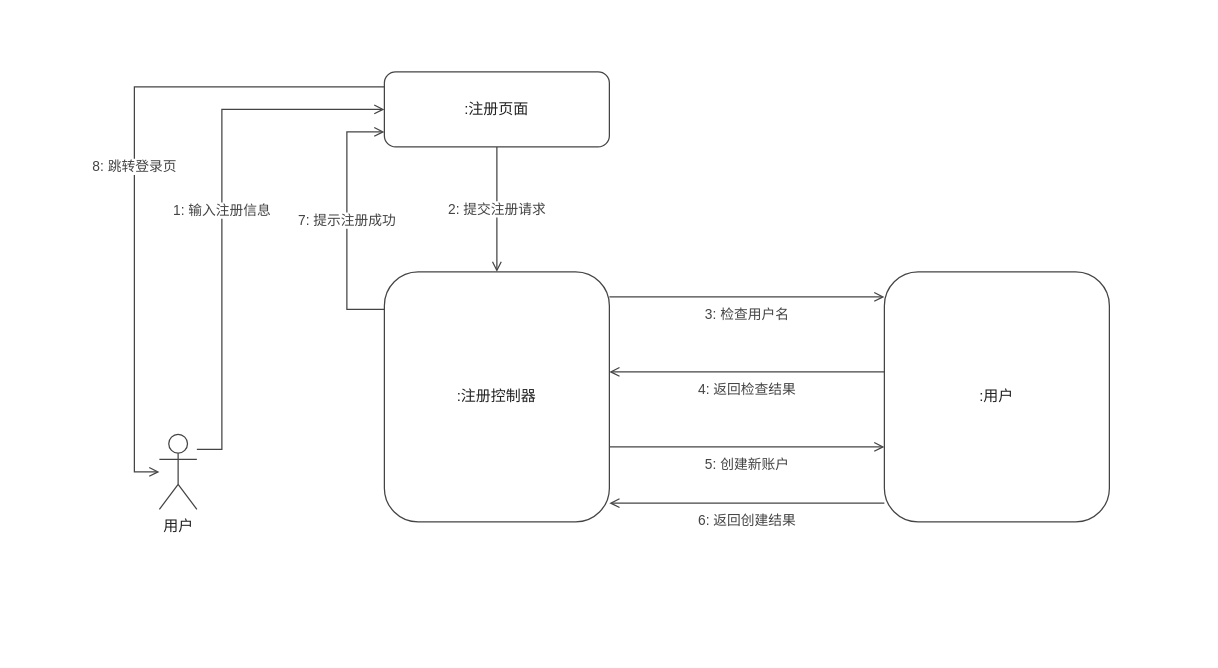
Before: docs/交付/1-账户管理-钟标/images/用户注册_协作图.drawio in chennuo1101/electronic-photo-album-system1, a draw.io diagram. Source tidied: cells renumbered, new cells numbered last; positions are measured from the earlier drawing's top-left corner, leaving out a move shared by most shapes. Both pictures are drawn from the tidied source at 125%, with x=0, y=0 at pixel (21, 21).
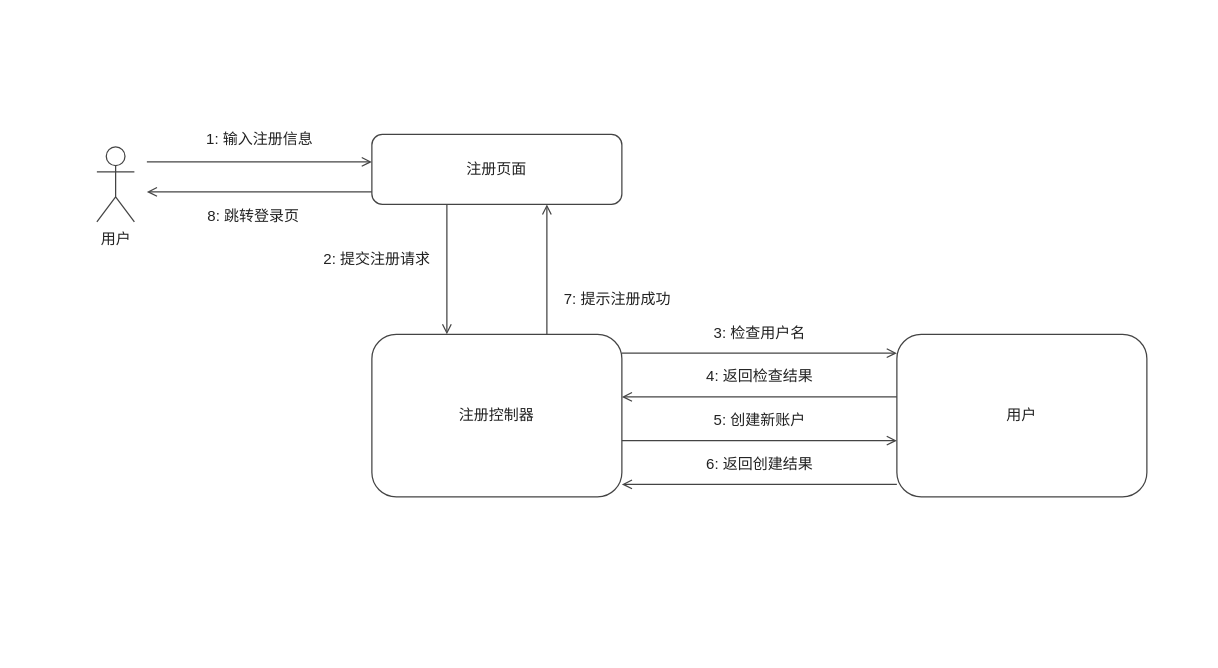
Above is the later version.

What changed in the source:
```diff
@@
     <mxCell id="2" style="rounded=0;whiteSpace=wrap;html=1;fillColor=#FFFFFF;strokeColor=none;" parent="1" vertex="1">
-      <mxGeometry width="940" height="500" as="geometry" />
+      <mxGeometry x="48" y="72" width="864" height="320" as="geometry" />
     </mxCell>
     <mxCell id="3" value="用户" style="shape=umlActor;verticalLabelPosition=bottom;verticalAlign=top;html=1;fillColor=#FFFFFF;strokeColor=#444444;fontFamily=Microsoft YaHei;fontSize=12;fontColor=#222222;" parent="1" vertex="1">
-      <mxGeometry x="110" y="330" width="30" height="60" as="geometry" />
+      <mxGeometry x="60" y="100" width="30" height="60" as="geometry" />
     </mxCell>
-    <mxCell id="4" value=":注册页面" style="rounded=1;whiteSpace=wrap;html=1;fillColor=#FFFFFF;strokeColor=#444444;fontFamily=Microsoft YaHei;fontSize=12;fontColor=#222222;" parent="1" vertex="1">
-      <mxGeometry x="290" y="40" width="180" height="60" as="geometry" />
+    <mxCell id="4" value="注册页面" style="rounded=1;whiteSpace=wrap;html=1;fillColor=#FFFFFF;strokeColor=#444444;fontFamily=Microsoft YaHei;fontSize=12;fontColor=#222222;" parent="1" vertex="1">
+      <mxGeometry x="280" y="90" width="200" height="56" as="geometry" />
     </mxCell>
-    <mxCell id="5" value=":注册控制器" style="rounded=1;whiteSpace=wrap;html=1;fillColor=#FFFFFF;strokeColor=#444444;fontFamily=Microsoft YaHei;fontSize=12;fontColor=#222222;" parent="1" vertex="1">
-      <mxGeometry x="290" y="200" width="180" height="200" as="geometry" />
+    <mxCell id="5" value="注册控制器" style="rounded=1;whiteSpace=wrap;html=1;fillColor=#FFFFFF;strokeColor=#444444;fontFamily=Microsoft YaHei;fontSize=12;fontColor=#222222;" parent="1" vertex="1">
+      <mxGeometry x="280" y="250" width="200" height="130" as="geometry" />
     </mxCell>
-    <mxCell id="6" value=":用户" style="rounded=1;whiteSpace=wrap;html=1;fillColor=#FFFFFF;strokeColor=#444444;fontFamily=Microsoft YaHei;fontSize=12;fontColor=#222222;" parent="1" vertex="1">
-      <mxGeometry x="690" y="200" width="180" height="200" as="geometry" />
+    <mxCell id="6" value="用户" style="rounded=1;whiteSpace=wrap;html=1;fillColor=#FFFFFF;strokeColor=#444444;fontFamily=Microsoft YaHei;fontSize=12;fontColor=#222222;" parent="1" vertex="1">
+      <mxGeometry x="700" y="250" width="200" height="130" as="geometry" />
     </mxCell>
-    <mxCell id="7" value="1: 输入注册信息" style="edgeStyle=orthogonalEdgeStyle;rounded=0;html=1;strokeColor=#444444;strokeWidth=1;fontFamily=Microsoft YaHei;fontSize=11;fontColor=#444444;labelBackgroundColor=#FFFFFF;startArrow=none;endArrow=open;exitX=1;exitY=0.2;entryX=0;entryY=0.5;" parent="1" edge="1" source="3" target="4">
+    <mxCell id="7" style="html=1;rounded=0;strokeColor=#444444;strokeWidth=1;startArrow=none;endArrow=open;endFill=0;" parent="1" edge="1">
       <mxGeometry relative="1" as="geometry">
-        <Array as="points">
-          <mxPoint x="160" y="342" />
-          <mxPoint x="160" y="70" />
-        </Array>
+        <mxPoint x="100" y="112" as="sourcePoint" />
+        <mxPoint x="280" y="112" as="targetPoint" />
       </mxGeometry>
     </mxCell>
+    <mxCell id="15" value="1: 输入注册信息" style="text;html=1;align=center;verticalAlign=middle;fillColor=none;strokeColor=none;fontFamily=Microsoft YaHei;fontSize=12;fontColor=#222222;" parent="1" vertex="1">
+      <mxGeometry x="100" y="84" width="180" height="20" as="geometry" />
+    </mxCell>
-    <mxCell id="8" value="8: 跳转登录页" style="edgeStyle=orthogonalEdgeStyle;rounded=0;html=1;strokeColor=#444444;strokeWidth=1;fontFamily=Microsoft YaHei;fontSize=11;fontColor=#444444;labelBackgroundColor=#FFFFFF;startArrow=none;endArrow=open;exitX=0;exitY=0.2;entryX=0;entryY=0.5;" parent="1" edge="1" source="4" target="3">
+    <mxCell id="8" style="html=1;rounded=0;strokeColor=#444444;strokeWidth=1;startArrow=none;endArrow=open;endFill=0;" parent="1" edge="1">
       <mxGeometry relative="1" as="geometry">
-        <Array as="points">
-          <mxPoint x="90" y="52" />
-          <mxPoint x="90" y="360" />
-        </Array>
+        <mxPoint x="280" y="136" as="sourcePoint" />
+        <mxPoint x="100" y="136" as="targetPoint" />
       </mxGeometry>
     </mxCell>
+    <mxCell id="16" value="8: 跳转登录页" style="text;html=1;align=center;verticalAlign=middle;fillColor=none;strokeColor=none;fontFamily=Microsoft YaHei;fontSize=12;fontColor=#222222;" parent="1" vertex="1">
+      <mxGeometry x="100" y="146" width="170" height="20" as="geometry" />
+    </mxCell>
-    <mxCell id="9" value="2: 提交注册请求" style="edgeStyle=orthogonalEdgeStyle;rounded=0;html=1;strokeColor=#444444;strokeWidth=1;fontFamily=Microsoft YaHei;fontSize=11;fontColor=#444444;labelBackgroundColor=#FFFFFF;startArrow=none;endArrow=open;exitX=0.5;exitY=1;entryX=0.5;entryY=0;" parent="1" edge="1" source="4" target="5">
-      <mxGeometry relative="1" as="geometry" />
+    <mxCell id="9" style="html=1;rounded=0;strokeColor=#444444;strokeWidth=1;startArrow=none;endArrow=open;endFill=0;" parent="1" edge="1">
+      <mxGeometry relative="1" as="geometry">
+        <mxPoint x="340" y="146" as="sourcePoint" />
+        <mxPoint x="340" y="250" as="targetPoint" />
+      </mxGeometry>
     </mxCell>
+    <mxCell id="17" value="2: 提交注册请求" style="text;html=1;align=right;verticalAlign=middle;fillColor=none;strokeColor=none;fontFamily=Microsoft YaHei;fontSize=12;fontColor=#222222;" parent="1" vertex="1">
+      <mxGeometry x="188" y="180" width="140" height="20" as="geometry" />
+    </mxCell>
-    <mxCell id="10" value="7: 提示注册成功" style="edgeStyle=orthogonalEdgeStyle;rounded=0;html=1;strokeColor=#444444;strokeWidth=1;fontFamily=Microsoft YaHei;fontSize=11;fontColor=#444444;labelBackgroundColor=#FFFFFF;startArrow=none;endArrow=open;exitX=0;exitY=0.15;entryX=0;entryY=0.8;" parent="1" edge="1" source="5" target="4">
+    <mxCell id="10" style="html=1;rounded=0;strokeColor=#444444;strokeWidth=1;startArrow=none;endArrow=open;endFill=0;" parent="1" edge="1">
       <mxGeometry relative="1" as="geometry">
-        <Array as="points">
-          <mxPoint x="260" y="230" />
-          <mxPoint x="260" y="88" />
-        </Array>
+        <mxPoint x="420" y="250" as="sourcePoint" />
+        <mxPoint x="420" y="146" as="targetPoint" />
       </mxGeometry>
     </mxCell>
+    <mxCell id="18" value="7: 提示注册成功" style="text;html=1;align=left;verticalAlign=middle;fillColor=none;strokeColor=none;fontFamily=Microsoft YaHei;fontSize=12;fontColor=#222222;" parent="1" vertex="1">
+      <mxGeometry x="432" y="212" width="140" height="20" as="geometry" />
+    </mxCell>
-    <mxCell id="11" value="3: 检查用户名" style="edgeStyle=orthogonalEdgeStyle;rounded=0;html=1;strokeColor=#444444;strokeWidth=1;fontFamily=Microsoft YaHei;fontSize=11;fontColor=#444444;labelBackgroundColor=#FFFFFF;startArrow=none;endArrow=open;exitX=1;exitY=0.1;entryX=0;entryY=0.1;" parent="1" edge="1" source="5" target="6">
-      <mxGeometry y="-14" relative="1" as="geometry" />
+    <mxCell id="11" style="html=1;rounded=0;strokeColor=#444444;strokeWidth=1;startArrow=none;endArrow=open;endFill=0;" parent="1" edge="1">
+      <mxGeometry relative="1" as="geometry">
+        <mxPoint x="480" y="265" as="sourcePoint" />
+        <mxPoint x="700" y="265" as="targetPoint" />
+      </mxGeometry>
     </mxCell>
+    <mxCell id="19" value="3: 检查用户名" style="text;html=1;align=center;verticalAlign=middle;fillColor=none;strokeColor=none;fontFamily=Microsoft YaHei;fontSize=12;fontColor=#222222;" parent="1" vertex="1">
+      <mxGeometry x="540" y="239" width="100" height="20" as="geometry" />
+    </mxCell>
+    <mxCell id="13" style="html=1;rounded=0;strokeColor=#444444;strokeWidth=1;startArrow=none;endArrow=open;endFill=0;" parent="1" edge="1">
+      <mxGeometry relative="1" as="geometry">
+        <mxPoint x="480" y="335" as="sourcePoint" />
+        <mxPoint x="700" y="335" as="targetPoint" />
+      </mxGeometry>
+    </mxCell>
+    <mxCell id="20" value="5: 创建新账户" style="text;html=1;align=center;verticalAlign=middle;fillColor=none;strokeColor=none;fontFamily=Microsoft YaHei;fontSize=12;fontColor=#222222;" parent="1" vertex="1">
+      <mxGeometry x="540" y="309" width="100" height="20" as="geometry" />
+    </mxCell>
-    <mxCell id="12" value="4: 返回检查结果" style="edgeStyle=orthogonalEdgeStyle;rounded=0;html=1;strokeColor=#444444;strokeWidth=1;fontFamily=Microsoft YaHei;fontSize=11;fontColor=#444444;labelBackgroundColor=#FFFFFF;startArrow=none;endArrow=open;exitX=0;exitY=0.4;entryX=1;entryY=0.4;" parent="1" edge="1" source="6" target="5">
-      <mxGeometry y="14" relative="1" as="geometry" />
+    <mxCell id="12" style="html=1;rounded=0;strokeColor=#444444;strokeWidth=1;startArrow=none;endArrow=open;endFill=0;" parent="1" edge="1">
+      <mxGeometry relative="1" as="geometry">
+        <mxPoint x="700" y="300" as="sourcePoint" />
+        <mxPoint x="480" y="300" as="targetPoint" />
+      </mxGeometry>
     </mxCell>
-    <mxCell id="13" value="5: 创建新账户" style="edgeStyle=orthogonalEdgeStyle;rounded=0;html=1;strokeColor=#444444;strokeWidth=1;fontFamily=Microsoft YaHei;fontSize=11;fontColor=#444444;labelBackgroundColor=#FFFFFF;startArrow=none;endArrow=open;exitX=1;exitY=0.7;entryX=0;entryY=0.7;" parent="1" edge="1" source="5" target="6">
-      <mxGeometry y="-14" relative="1" as="geometry" />
-    </mxCell>
+    <mxCell id="21" value="4: 返回检查结果" style="text;html=1;align=center;verticalAlign=middle;fillColor=none;strokeColor=none;fontFamily=Microsoft YaHei;fontSize=12;fontColor=#222222;" parent="1" vertex="1">
+      <mxGeometry x="530" y="274" width="120" height="20" as="geometry" />
+    </mxCell>
-    <mxCell id="14" value="6: 返回创建结果" style="edgeStyle=orthogonalEdgeStyle;rounded=0;html=1;strokeColor=#444444;strokeWidth=1;fontFamily=Microsoft YaHei;fontSize=11;fontColor=#444444;labelBackgroundColor=#FFFFFF;startArrow=none;endArrow=open;exitX=0;exitY=0.925;entryX=1;entryY=0.925;" parent="1" edge="1" source="6" target="5">
-      <mxGeometry y="14" relative="1" as="geometry" />
+    <mxCell id="14" style="html=1;rounded=0;strokeColor=#444444;strokeWidth=1;startArrow=none;endArrow=open;endFill=0;" parent="1" edge="1">
+      <mxGeometry relative="1" as="geometry">
+        <mxPoint x="700" y="370" as="sourcePoint" />
+        <mxPoint x="480" y="370" as="targetPoint" />
+      </mxGeometry>
     </mxCell>
+    <mxCell id="22" value="6: 返回创建结果" style="text;html=1;align=center;verticalAlign=middle;fillColor=none;strokeColor=none;fontFamily=Microsoft YaHei;fontSize=12;fontColor=#222222;" parent="1" vertex="1">
+      <mxGeometry x="530" y="344" width="120" height="20" as="geometry" />
+    </mxCell>
```
